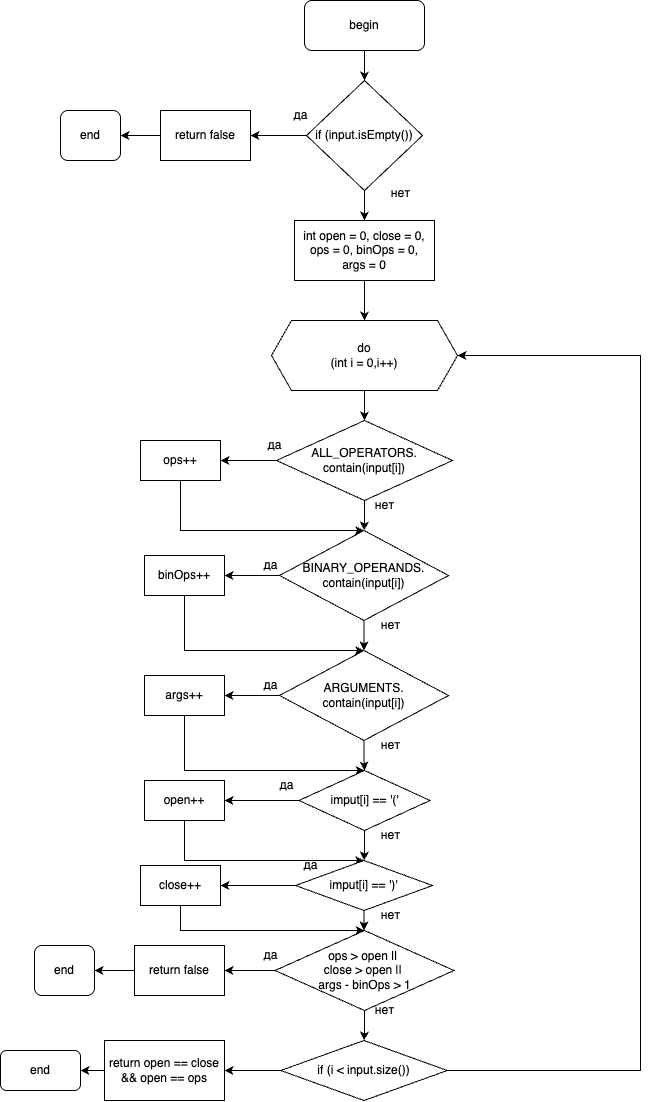
Before: LabsLOIS/FirstLab/schemes/validate.png, a diagram exported from draw.io (L1x0/LabsBSUIR). Source tidied: cells renumbered, new cells last; positions are measured from the earlier drawing's top-left corner, leaving out a move shared by most shapes.
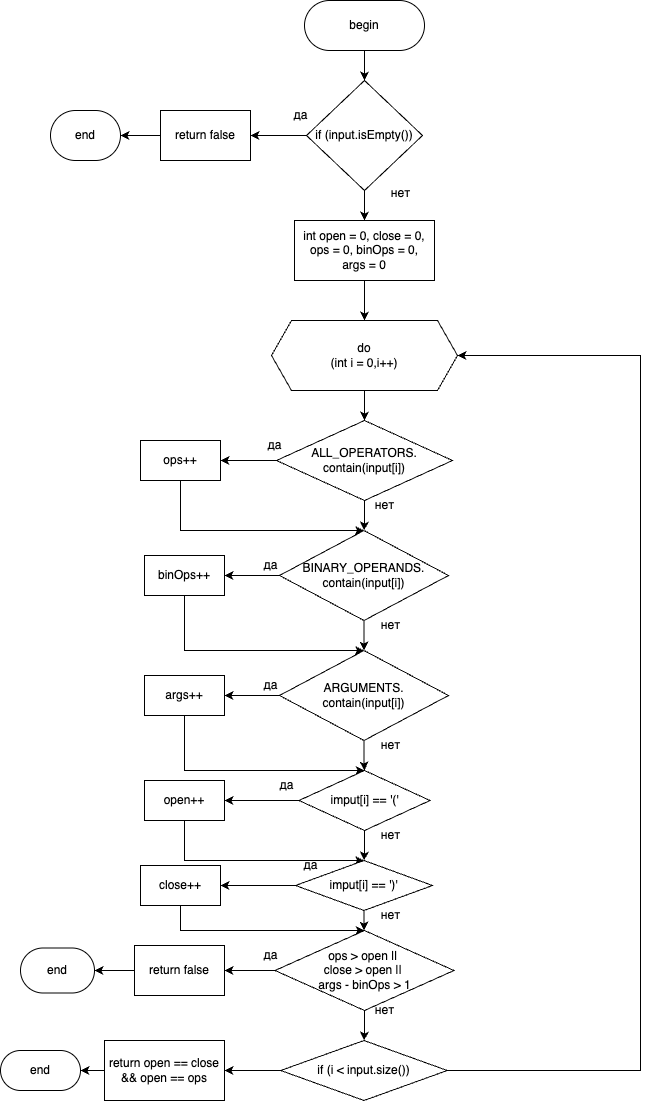
Above is the later version.

Diff of the diagram source:
```diff
@@ -5,7 +5,7 @@
     <mxCell id="2" style="edgeStyle=orthogonalEdgeStyle;rounded=0;jettySize=auto;html=1;" parent="1" edge="1" source="3" target="6">
       <mxGeometry relative="1" as="geometry" />
     </mxCell>
-    <mxCell id="3" value="begin" style="rounded=1;whiteSpace=wrap;html=1;" parent="1" vertex="1">
+    <mxCell id="3" value="begin" style="rounded=1;whiteSpace=wrap;html=1;arcSize=50;" parent="1" vertex="1">
       <mxGeometry x="304" width="120" height="50" as="geometry" />
     </mxCell>
     <mxCell id="4" style="edgeStyle=orthogonalEdgeStyle;rounded=0;jettySize=auto;html=1;" parent="1" edge="1" source="6">
@@ -25,8 +25,8 @@
     <mxCell id="8" value="return false" style="rounded=0;whiteSpace=wrap;html=1;" parent="1" vertex="1">
       <mxGeometry x="160" y="110" width="90" height="50" as="geometry" />
     </mxCell>
-    <mxCell id="9" value="end" style="rounded=1;whiteSpace=wrap;html=1;" parent="1" vertex="1">
-      <mxGeometry x="60" y="110" width="60" height="50" as="geometry" />
+    <mxCell id="9" value="end" style="rounded=1;whiteSpace=wrap;html=1;arcSize=50;" parent="1" vertex="1">
+      <mxGeometry x="50" y="110" width="70" height="50" as="geometry" />
     </mxCell>
     <mxCell id="10" value="да" style="text;html=1;align=center;verticalAlign=middle;strokeColor=none;fillColor=none;" parent="1" vertex="1">
       <mxGeometry x="280" y="100" width="40" height="30" as="geometry" />
@@ -183,8 +183,8 @@
     <mxCell id="54" value="return false" style="rounded=0;whiteSpace=wrap;html=1;" parent="1" vertex="1">
       <mxGeometry x="134" y="945" width="90" height="50" as="geometry" />
     </mxCell>
-    <mxCell id="55" value="end" style="rounded=1;whiteSpace=wrap;html=1;" parent="1" vertex="1">
-      <mxGeometry x="34" y="945" width="60" height="50" as="geometry" />
+    <mxCell id="55" value="end" style="rounded=1;whiteSpace=wrap;html=1;arcSize=50;" parent="1" vertex="1">
+      <mxGeometry x="20" y="947.5" width="74" height="45" as="geometry" />
     </mxCell>
     <mxCell id="56" style="edgeStyle=orthogonalEdgeStyle;rounded=0;jettySize=auto;html=1;entryX=1;entryY=0.5;entryDx=0;entryDy=0;" parent="1" edge="1" source="58" target="63">
       <mxGeometry relative="1" as="geometry" />
@@ -215,7 +215,7 @@
     <mxCell id="63" value="return open == close &amp;amp;&amp;amp; open == ops" style="rounded=0;whiteSpace=wrap;html=1;" parent="1" vertex="1">
       <mxGeometry x="104" y="1040" width="120" height="60" as="geometry" />
     </mxCell>
-    <mxCell id="64" value="end" style="rounded=1;whiteSpace=wrap;html=1;" parent="1" vertex="1">
+    <mxCell id="64" value="end" style="rounded=1;whiteSpace=wrap;html=1;arcSize=50;" parent="1" vertex="1">
       <mxGeometry y="1050" width="80" height="40" as="geometry" />
     </mxCell>
   </root>
```
